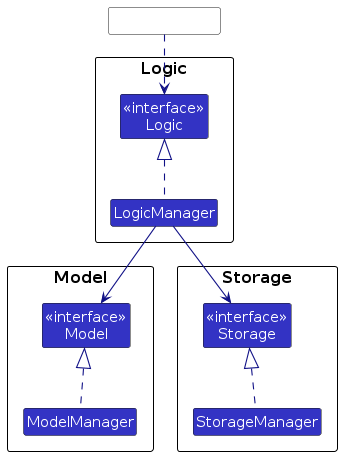
The PlantUML diagram diagrams/ComponentManagers.png in NHT020305/tp, before a commit. Its source is kept beside it as diagrams/ComponentManagers.puml.
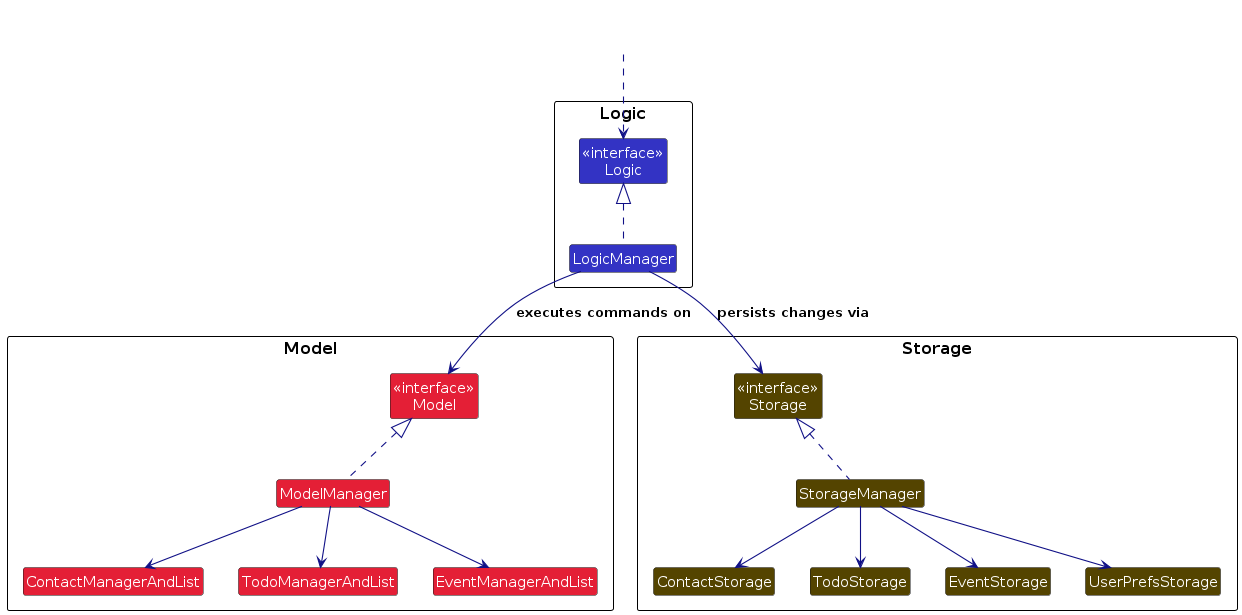
After the commit.

Diff of the diagram source:
```diff
@@ -1,4 +1,5 @@
 @startuml
+allowmixing
 !include style.puml
 skinparam arrowThickness 1.1
 skinparam arrowColor LOGIC_COLOR_T4
@@ -10,22 +11,38 @@
 }
 
 package Model as ModelPackage {
-Class "<<interface>>\nModel" as Model
-Class ModelManager
+Class "<<interface>>\nModel" as Model MODEL_COLOR_T2
+Class "ModelManager" as ModelManager MODEL_COLOR_T2
+Class "ContactManagerAndList" as ContactManager MODEL_COLOR_T2
+Class "TodoManagerAndList" as TodoManager MODEL_COLOR_T2
+Class "EventManagerAndList" as EventManager MODEL_COLOR_T2
 }
 
 package Storage as StoragePackage {
-Class "<<interface>>\nStorage" as Storage
-Class StorageManager
+Class "<<interface>>\nStorage" as Storage STORAGE_COLOR_T2
+Class "StorageManager" as StorageManager STORAGE_COLOR_T2
+Class "ContactStorage" as ContactStorage STORAGE_COLOR_T2
+Class "TodoStorage" as TodoStorage STORAGE_COLOR_T2
+Class "EventStorage" as EventStorage STORAGE_COLOR_T2
+Class "UserPrefsStorage" as UserPrefsStorage STORAGE_COLOR_T2
 }
 
-Class HiddenOutside #FFFFFF
+Cloud HiddenOutside #FFFFFF
 HiddenOutside ..> Logic
 
 LogicManager .up.|> Logic
 ModelManager .up.|> Model
 StorageManager .up.|> Storage
 
-LogicManager --> Model
-LogicManager --> Storage
+ModelManager --> ContactManager
+ModelManager --> TodoManager
+ModelManager --> EventManager
+
+StorageManager --> ContactStorage
+StorageManager --> TodoStorage
+StorageManager --> EventStorage
+StorageManager --> UserPrefsStorage
+
+LogicManager --> Model : executes commands on
+LogicManager --> Storage : persists changes via
 @enduml
```
